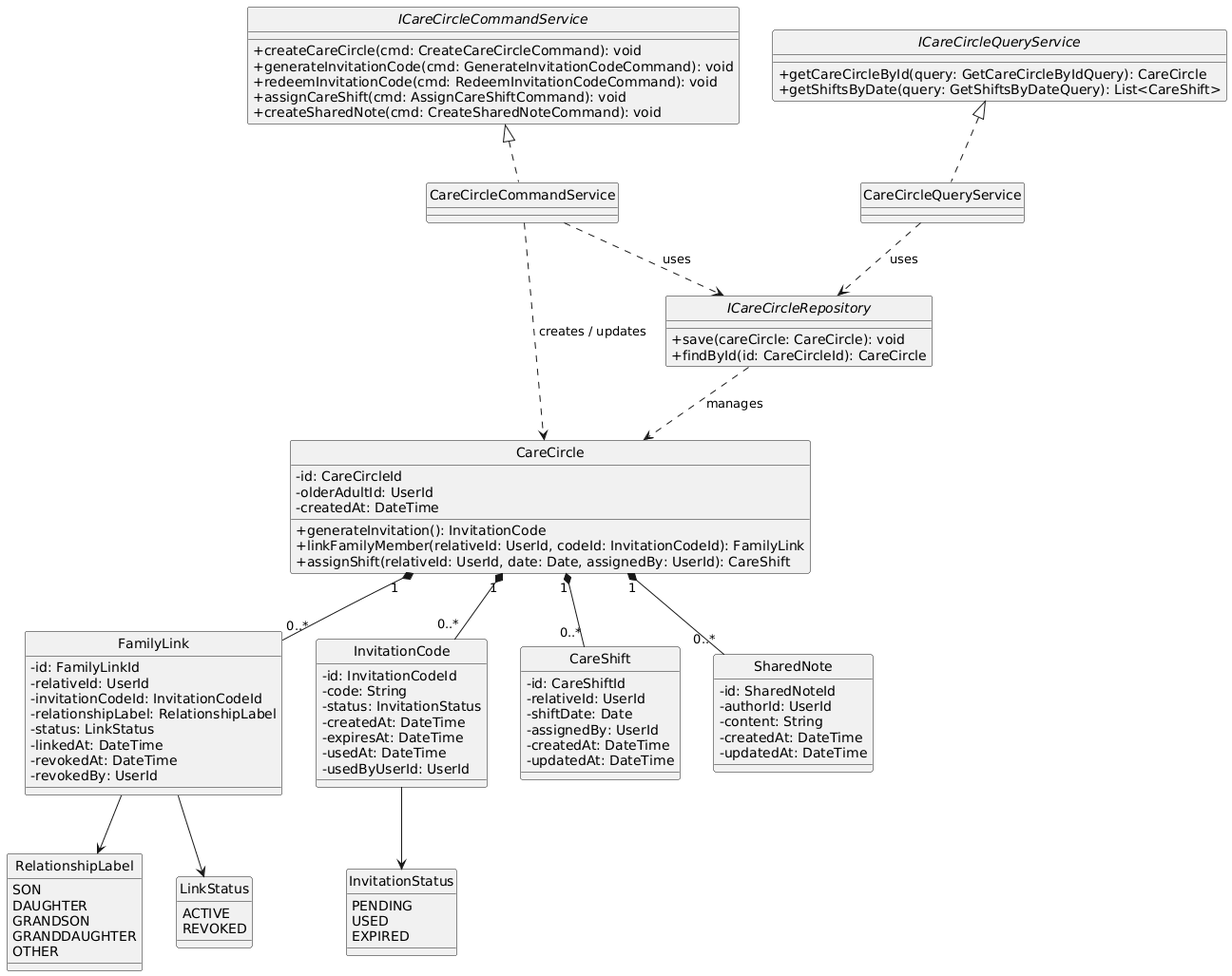
Earlier version of the PlantUML export assets/img/bounded-context/care-circle/care-circle-class-diagram.png (upc-pre-202620-1acc0238-4945-vitalcare/serenia-report).
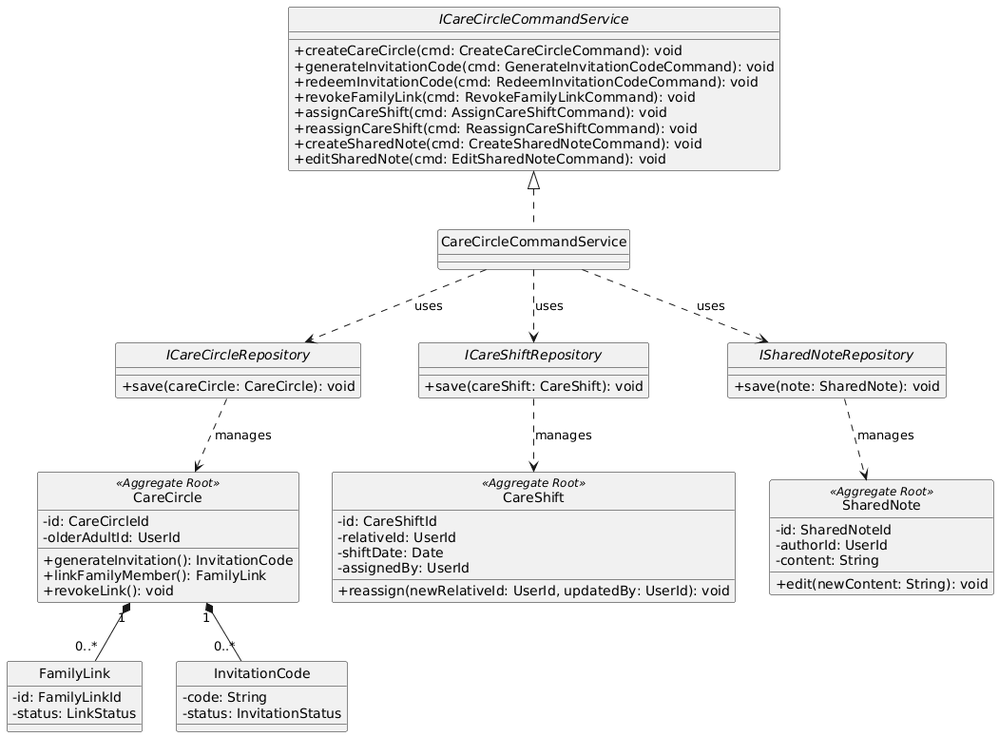
After the commit.

Commit message:
fix(tactical-design): realign Care Circle and Daily Check-in aggregates with EventStorming

Diff of the diagram source:
```diff
@@ -6,106 +6,67 @@
   +createCareCircle(cmd: CreateCareCircleCommand): void
   +generateInvitationCode(cmd: GenerateInvitationCodeCommand): void
   +redeemInvitationCode(cmd: RedeemInvitationCodeCommand): void
+  +revokeFamilyLink(cmd: RevokeFamilyLinkCommand): void
   +assignCareShift(cmd: AssignCareShiftCommand): void
+  +reassignCareShift(cmd: ReassignCareShiftCommand): void
   +createSharedNote(cmd: CreateSharedNoteCommand): void
+  +editSharedNote(cmd: EditSharedNoteCommand): void
 }
 
-class CareCircleCommandService << (C, #A9D0A5) >> {
-}
-
-interface ICareCircleQueryService << (I, #B4A7E5) >> {
-  +getCareCircleById(query: GetCareCircleByIdQuery): CareCircle
-  +getShiftsByDate(query: GetShiftsByDateQuery): List<CareShift>
-}
-
-class CareCircleQueryService << (C, #A9D0A5) >> {
-}
+class CareCircleCommandService << (C, #A9D0A5) >> {}
 
 interface ICareCircleRepository << (I, #B4A7E5) >> {
   +save(careCircle: CareCircle): void
-  +findById(id: CareCircleId): CareCircle
+}
+interface ICareShiftRepository << (I, #B4A7E5) >> {
+  +save(careShift: CareShift): void
+}
+interface ISharedNoteRepository << (I, #B4A7E5) >> {
+  +save(note: SharedNote): void
 }
 
-class CareCircle << (C, #A9D0A5) >> {
+class CareCircle << (C, #A9D0A5) Aggregate Root >> {
   -id: CareCircleId
   -olderAdultId: UserId
-  -createdAt: DateTime
   +generateInvitation(): InvitationCode
-  +linkFamilyMember(relativeId: UserId, codeId: InvitationCodeId): FamilyLink
-  +assignShift(relativeId: UserId, date: Date, assignedBy: UserId): CareShift
+  +linkFamilyMember(): FamilyLink
+  +revokeLink(): void
+}
+
+class CareShift << (C, #A9D0A5) Aggregate Root >> {
+  -id: CareShiftId
+  -relativeId: UserId
+  -shiftDate: Date
+  -assignedBy: UserId
+  +reassign(newRelativeId: UserId, updatedBy: UserId): void
+}
+
+class SharedNote << (C, #A9D0A5) Aggregate Root >> {
+  -id: SharedNoteId
+  -authorId: UserId
+  -content: String
+  +edit(newContent: String): void
 }
 
 class FamilyLink << (C, #A9D0A5) >> {
   -id: FamilyLinkId
-  -relativeId: UserId
-  -invitationCodeId: InvitationCodeId
-  -relationshipLabel: RelationshipLabel
   -status: LinkStatus
-  -linkedAt: DateTime
-  -revokedAt: DateTime
-  -revokedBy: UserId
 }
 
 class InvitationCode << (C, #A9D0A5) >> {
-  -id: InvitationCodeId
   -code: String
   -status: InvitationStatus
-  -createdAt: DateTime
-  -expiresAt: DateTime
-  -usedAt: DateTime
-  -usedByUserId: UserId
-}
-
-class CareShift << (C, #A9D0A5) >> {
-  -id: CareShiftId
-  -relativeId: UserId
-  -shiftDate: Date
-  -assignedBy: UserId
-  -createdAt: DateTime
-  -updatedAt: DateTime
-}
-
-class SharedNote << (C, #A9D0A5) >> {
-  -id: SharedNoteId
-  -authorId: UserId
-  -content: String
-  -createdAt: DateTime
-  -updatedAt: DateTime
-}
-
-enum LinkStatus << (E, #F2A9A9) >> {
-  ACTIVE
-  REVOKED
-}
-
-enum InvitationStatus << (E, #F2A9A9) >> {
-  PENDING
-  USED
-  EXPIRED
-}
-
-enum RelationshipLabel << (E, #F2A9A9) >> {
-  SON
-  DAUGHTER
-  GRANDSON
-  GRANDDAUGHTER
-  OTHER
 }
 
 ICareCircleCommandService <|.. CareCircleCommandService
-ICareCircleQueryService <|.. CareCircleQueryService
+CareCircleCommandService ..> ICareCircleRepository : uses
+CareCircleCommandService ..> ICareShiftRepository : uses
+CareCircleCommandService ..> ISharedNoteRepository : uses
 
-CareCircleCommandService ..> ICareCircleRepository : uses
-CareCircleQueryService ..> ICareCircleRepository : uses
-CareCircleCommandService ..> CareCircle : creates / updates
 ICareCircleRepository ..> CareCircle : manages
+ICareShiftRepository ..> CareShift : manages
+ISharedNoteRepository ..> SharedNote : manages
 
 CareCircle "1" *-- "0..*" FamilyLink
 CareCircle "1" *-- "0..*" InvitationCode
-CareCircle "1" *-- "0..*" CareShift
-CareCircle "1" *-- "0..*" SharedNote
-
-FamilyLink --> LinkStatus
-FamilyLink --> RelationshipLabel
-InvitationCode --> InvitationStatus
 @enduml
```
